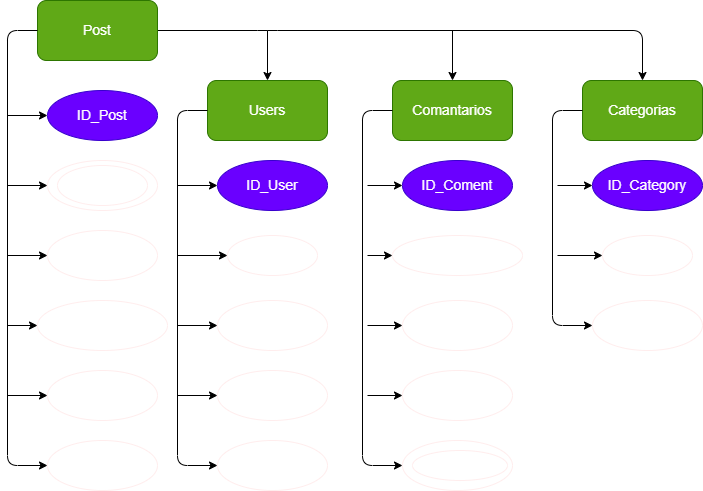
Above: Base_de_datos_desde_0/1-Fundamentos_de_DataBase/proyect/Diagrama_ER_post.drawio.png in JosePabonmejia/Back_END (draw.io), before the change. Source tidied: cells renumbered, new cells last; positions are measured from the earlier drawing's top-left corner, leaving out a move shared by most shapes. The source it was exported from:
```xml
<mxGraphModel>
  <root>
    <mxCell id="0" />
    <mxCell id="1" parent="0" />
    <mxCell id="2" style="edgeStyle=none;html=1;exitX=1;exitY=0.5;exitDx=0;exitDy=0;entryX=0.5;entryY=0;entryDx=0;entryDy=0;fontSize=14;" parent="1" edge="1" source="3" target="6">
      <mxGeometry relative="1" as="geometry">
        <Array as="points">
          <mxPoint x="260" y="30" />
          <mxPoint x="635" y="30" />
        </Array>
      </mxGeometry>
    </mxCell>
    <mxCell id="3" value="Post" style="rounded=1;whiteSpace=wrap;html=1;labelBackgroundColor=none;fillColor=#60a917;fontColor=#ffffff;strokeColor=#2D7600;fontSize=14;" parent="1" vertex="1">
      <mxGeometry x="30" width="120" height="60" as="geometry" />
    </mxCell>
    <mxCell id="4" value="Users" style="rounded=1;whiteSpace=wrap;html=1;labelBackgroundColor=none;fillColor=#60a917;fontColor=#ffffff;strokeColor=#2D7600;fontSize=14;" parent="1" vertex="1">
      <mxGeometry x="200" y="80" width="120" height="60" as="geometry" />
    </mxCell>
    <mxCell id="5" value="Comantarios" style="rounded=1;whiteSpace=wrap;html=1;labelBackgroundColor=none;fillColor=#60a917;fontColor=#ffffff;strokeColor=#2D7600;fontSize=14;" parent="1" vertex="1">
      <mxGeometry x="385" y="80" width="120" height="60" as="geometry" />
    </mxCell>
    <mxCell id="6" value="Categorias" style="rounded=1;whiteSpace=wrap;html=1;labelBackgroundColor=none;fillColor=#60a917;fontColor=#ffffff;strokeColor=#2D7600;fontSize=14;" parent="1" vertex="1">
      <mxGeometry x="575" y="80" width="120" height="60" as="geometry" />
    </mxCell>
    <mxCell id="7" value="ID_Post" style="ellipse;whiteSpace=wrap;html=1;labelBackgroundColor=none;fillColor=#6a00ff;fontColor=#ffffff;strokeColor=#3700CC;fontSize=14;" parent="1" vertex="1">
      <mxGeometry x="40" y="90" width="110" height="50" as="geometry" />
    </mxCell>
    <mxCell id="8" value="Titulo" style="ellipse;whiteSpace=wrap;html=1;labelBackgroundColor=none;fillColor=none;fontColor=#ffffff;strokeColor=#FFEDED;fontSize=14;" parent="1" vertex="1">
      <mxGeometry x="40" y="230" width="110" height="50" as="geometry" />
    </mxCell>
    <mxCell id="9" style="ellipse;whiteSpace=wrap;html=1;labelBackgroundColor=none;fillColor=none;fontColor=#ffffff;strokeColor=#FFEDED;fontSize=14;" parent="1" vertex="1">
      <mxGeometry x="40" y="160" width="110" height="50" as="geometry" />
    </mxCell>
    <mxCell id="10" value="Fecha_Publicacion" style="ellipse;whiteSpace=wrap;html=1;labelBackgroundColor=none;fillColor=none;fontColor=#ffffff;strokeColor=#FFEDED;fontSize=14;" parent="1" vertex="1">
      <mxGeometry x="30" y="300" width="130" height="50" as="geometry" />
    </mxCell>
    <mxCell id="11" value="Estatus" style="ellipse;whiteSpace=wrap;html=1;labelBackgroundColor=none;fillColor=none;fontColor=#ffffff;strokeColor=#FFEDED;fontSize=14;" parent="1" vertex="1">
      <mxGeometry x="40" y="440" width="110" height="50" as="geometry" />
    </mxCell>
    <mxCell id="12" value="Contenido" style="ellipse;whiteSpace=wrap;html=1;labelBackgroundColor=none;fillColor=none;fontColor=#ffffff;strokeColor=#FFEDED;fontSize=14;" parent="1" vertex="1">
      <mxGeometry x="40" y="370" width="110" height="50" as="geometry" />
    </mxCell>
    <mxCell id="13" value="Etiquetas" style="ellipse;whiteSpace=wrap;html=1;labelBackgroundColor=none;fillColor=none;fontColor=#ffffff;strokeColor=#FFEDED;fontSize=14;" parent="1" vertex="1">
      <mxGeometry x="50" y="165" width="90" height="40" as="geometry" />
    </mxCell>
    <mxCell id="14" value="ID_User" style="ellipse;whiteSpace=wrap;html=1;labelBackgroundColor=none;fillColor=#6a00ff;fontColor=#ffffff;strokeColor=#3700CC;fontSize=14;" parent="1" vertex="1">
      <mxGeometry x="210" y="160" width="110" height="50" as="geometry" />
    </mxCell>
    <mxCell id="15" value="Login" style="ellipse;whiteSpace=wrap;html=1;labelBackgroundColor=none;fillColor=none;fontColor=#ffffff;strokeColor=#FFEDED;fontSize=14;" parent="1" vertex="1">
      <mxGeometry x="210" y="300" width="110" height="50" as="geometry" />
    </mxCell>
    <mxCell id="16" value="Password" style="ellipse;whiteSpace=wrap;html=1;labelBackgroundColor=none;fillColor=none;fontColor=#ffffff;strokeColor=#FFEDED;fontSize=14;" parent="1" vertex="1">
      <mxGeometry x="210" y="370" width="110" height="50" as="geometry" />
    </mxCell>
    <mxCell id="17" value="Apodo" style="ellipse;whiteSpace=wrap;html=1;labelBackgroundColor=none;fillColor=none;fontColor=#ffffff;strokeColor=#FFEDED;fontSize=14;" parent="1" vertex="1">
      <mxGeometry x="210" y="440" width="110" height="50" as="geometry" />
    </mxCell>
    <mxCell id="18" value="Email" style="ellipse;whiteSpace=wrap;html=1;labelBackgroundColor=none;fillColor=none;fontColor=#ffffff;strokeColor=#FFEDED;fontSize=14;" parent="1" vertex="1">
      <mxGeometry x="220" y="235" width="90" height="40" as="geometry" />
    </mxCell>
    <mxCell id="19" value="ID_Coment" style="ellipse;whiteSpace=wrap;html=1;labelBackgroundColor=none;fillColor=#6a00ff;fontColor=#ffffff;strokeColor=#3700CC;fontSize=14;" parent="1" vertex="1">
      <mxGeometry x="395" y="160" width="110" height="50" as="geometry" />
    </mxCell>
    <mxCell id="20" value="ID_Post" style="ellipse;whiteSpace=wrap;html=1;labelBackgroundColor=none;fillColor=none;fontColor=#ffffff;strokeColor=#FFEDED;fontSize=14;" parent="1" vertex="1">
      <mxGeometry x="395" y="300" width="110" height="50" as="geometry" />
    </mxCell>
    <mxCell id="21" value="ID_User" style="ellipse;whiteSpace=wrap;html=1;labelBackgroundColor=none;fillColor=none;fontColor=#ffffff;strokeColor=#FFEDED;fontSize=14;" parent="1" vertex="1">
      <mxGeometry x="395" y="370" width="110" height="50" as="geometry" />
    </mxCell>
    <mxCell id="22" value="Reacciones" style="ellipse;whiteSpace=wrap;html=1;labelBackgroundColor=none;fillColor=none;fontColor=#ffffff;strokeColor=#FFEDED;fontSize=14;" parent="1" vertex="1">
      <mxGeometry x="395" y="440" width="110" height="50" as="geometry" />
    </mxCell>
    <mxCell id="23" value="Fecha_publicacion" style="ellipse;whiteSpace=wrap;html=1;labelBackgroundColor=none;fillColor=none;fontColor=#ffffff;strokeColor=#FFEDED;fontSize=14;" parent="1" vertex="1">
      <mxGeometry x="385" y="235" width="130" height="40" as="geometry" />
    </mxCell>
    <mxCell id="24" value="ID_Category" style="ellipse;whiteSpace=wrap;html=1;labelBackgroundColor=none;fillColor=#6a00ff;fontColor=#ffffff;strokeColor=#3700CC;fontSize=14;" parent="1" vertex="1">
      <mxGeometry x="585" y="160" width="110" height="50" as="geometry" />
    </mxCell>
    <mxCell id="25" value="Etiquetas" style="ellipse;whiteSpace=wrap;html=1;labelBackgroundColor=none;fillColor=none;fontColor=#ffffff;strokeColor=#FFEDED;fontSize=14;" parent="1" vertex="1">
      <mxGeometry x="585" y="300" width="110" height="50" as="geometry" />
    </mxCell>
    <mxCell id="26" value="Tema" style="ellipse;whiteSpace=wrap;html=1;labelBackgroundColor=none;fillColor=none;fontColor=#ffffff;strokeColor=#FFEDED;fontSize=14;" parent="1" vertex="1">
      <mxGeometry x="595" y="235" width="90" height="40" as="geometry" />
    </mxCell>
    <mxCell id="27" style="endArrow=classic;html=1;fontSize=14;exitX=0;exitY=0.5;exitDx=0;exitDy=0;entryX=0;entryY=0.5;entryDx=0;entryDy=0;" parent="1" edge="1" source="3" target="11">
      <mxGeometry relative="1" as="geometry">
        <Array as="points">
          <mxPoint y="30" />
          <mxPoint y="465" />
        </Array>
      </mxGeometry>
    </mxCell>
    <mxCell id="28" style="endArrow=classic;html=1;fontSize=14;entryX=0;entryY=0.5;entryDx=0;entryDy=0;" parent="1" edge="1" target="12">
      <mxGeometry relative="1" as="geometry">
        <mxPoint y="395" as="sourcePoint" />
      </mxGeometry>
    </mxCell>
    <mxCell id="29" style="endArrow=classic;html=1;fontSize=14;entryX=0;entryY=0.5;entryDx=0;entryDy=0;" parent="1" edge="1" target="10">
      <mxGeometry relative="1" as="geometry">
        <mxPoint y="325" as="sourcePoint" />
      </mxGeometry>
    </mxCell>
    <mxCell id="30" style="endArrow=classic;html=1;fontSize=14;entryX=0;entryY=0.5;entryDx=0;entryDy=0;" parent="1" edge="1" target="8">
      <mxGeometry relative="1" as="geometry">
        <mxPoint y="255" as="sourcePoint" />
      </mxGeometry>
    </mxCell>
    <mxCell id="31" style="endArrow=classic;html=1;fontSize=14;entryX=0;entryY=0.5;entryDx=0;entryDy=0;" parent="1" edge="1" target="9">
      <mxGeometry relative="1" as="geometry">
        <mxPoint y="185" as="sourcePoint" />
      </mxGeometry>
    </mxCell>
    <mxCell id="32" style="endArrow=classic;html=1;fontSize=14;entryX=0;entryY=0.5;entryDx=0;entryDy=0;" parent="1" edge="1" target="7">
      <mxGeometry relative="1" as="geometry">
        <mxPoint y="115" as="sourcePoint" />
      </mxGeometry>
    </mxCell>
    <mxCell id="33" style="endArrow=classic;html=1;fontSize=14;exitX=0;exitY=0.5;exitDx=0;exitDy=0;entryX=0;entryY=0.5;entryDx=0;entryDy=0;" parent="1" edge="1" source="4" target="17">
      <mxGeometry relative="1" as="geometry">
        <Array as="points">
          <mxPoint x="170" y="110" />
          <mxPoint x="170" y="465" />
        </Array>
      </mxGeometry>
    </mxCell>
    <mxCell id="34" style="endArrow=classic;html=1;fontSize=14;exitX=0;exitY=0.5;exitDx=0;exitDy=0;entryX=0;entryY=0.5;entryDx=0;entryDy=0;" parent="1" edge="1">
      <mxGeometry relative="1" as="geometry">
        <mxPoint x="385" y="110" as="sourcePoint" />
        <mxPoint x="395" y="465" as="targetPoint" />
        <Array as="points">
          <mxPoint x="355" y="110" />
          <mxPoint x="355" y="465" />
        </Array>
      </mxGeometry>
    </mxCell>
    <mxCell id="35" style="endArrow=classic;html=1;fontSize=14;exitX=0;exitY=0.5;exitDx=0;exitDy=0;entryX=0;entryY=0.5;entryDx=0;entryDy=0;" parent="1" edge="1" target="25">
      <mxGeometry relative="1" as="geometry">
        <mxPoint x="575" y="110" as="sourcePoint" />
        <Array as="points">
          <mxPoint x="545" y="110" />
          <mxPoint x="545" y="325" />
        </Array>
      </mxGeometry>
    </mxCell>
    <mxCell id="36" style="endArrow=classic;html=1;fontSize=14;entryX=0;entryY=0.5;entryDx=0;entryDy=0;" parent="1" edge="1" target="14">
      <mxGeometry relative="1" as="geometry">
        <mxPoint x="170" y="185" as="sourcePoint" />
      </mxGeometry>
    </mxCell>
    <mxCell id="37" style="endArrow=classic;html=1;fontSize=14;entryX=0;entryY=0.5;entryDx=0;entryDy=0;" parent="1" edge="1" target="18">
      <mxGeometry relative="1" as="geometry">
        <mxPoint x="170" y="255" as="sourcePoint" />
      </mxGeometry>
    </mxCell>
    <mxCell id="38" style="endArrow=classic;html=1;fontSize=14;entryX=0;entryY=0.5;entryDx=0;entryDy=0;" parent="1" edge="1" target="15">
      <mxGeometry relative="1" as="geometry">
        <mxPoint x="170" y="325" as="sourcePoint" />
      </mxGeometry>
    </mxCell>
    <mxCell id="39" style="endArrow=classic;html=1;fontSize=14;entryX=0;entryY=0.5;entryDx=0;entryDy=0;" parent="1" edge="1" target="16">
      <mxGeometry relative="1" as="geometry">
        <mxPoint x="170" y="395" as="sourcePoint" />
      </mxGeometry>
    </mxCell>
    <mxCell id="40" style="endArrow=classic;html=1;fontSize=14;entryX=0;entryY=0.5;entryDx=0;entryDy=0;" parent="1" edge="1" target="19">
      <mxGeometry relative="1" as="geometry">
        <mxPoint x="360" y="185" as="sourcePoint" />
      </mxGeometry>
    </mxCell>
    <mxCell id="41" style="endArrow=classic;html=1;fontSize=14;entryX=0;entryY=0.5;entryDx=0;entryDy=0;" parent="1" edge="1" target="23">
      <mxGeometry relative="1" as="geometry">
        <mxPoint x="360" y="255" as="sourcePoint" />
      </mxGeometry>
    </mxCell>
    <mxCell id="42" style="endArrow=classic;html=1;fontSize=14;entryX=0;entryY=0.5;entryDx=0;entryDy=0;" parent="1" edge="1" target="20">
      <mxGeometry relative="1" as="geometry">
        <mxPoint x="360" y="325" as="sourcePoint" />
      </mxGeometry>
    </mxCell>
    <mxCell id="43" style="endArrow=classic;html=1;fontSize=14;entryX=0;entryY=0.5;entryDx=0;entryDy=0;" parent="1" edge="1" target="21">
      <mxGeometry relative="1" as="geometry">
        <mxPoint x="360" y="395" as="sourcePoint" />
      </mxGeometry>
    </mxCell>
    <mxCell id="44" style="endArrow=classic;html=1;fontSize=14;entryX=0;entryY=0.5;entryDx=0;entryDy=0;" parent="1" edge="1" target="24">
      <mxGeometry relative="1" as="geometry">
        <mxPoint x="550" y="185" as="sourcePoint" />
      </mxGeometry>
    </mxCell>
    <mxCell id="45" style="endArrow=classic;html=1;fontSize=14;entryX=0;entryY=0.5;entryDx=0;entryDy=0;" parent="1" edge="1" target="26">
      <mxGeometry relative="1" as="geometry">
        <mxPoint x="550" y="255" as="sourcePoint" />
      </mxGeometry>
    </mxCell>
    <mxCell id="46" style="ellipse;whiteSpace=wrap;html=1;labelBackgroundColor=none;fillColor=none;fontColor=#ffffff;strokeColor=#FFEDED;fontSize=14;" parent="1" vertex="1">
      <mxGeometry x="405" y="450" width="95" height="30" as="geometry" />
    </mxCell>
    <mxCell id="47" style="endArrow=classic;html=1;fontSize=14;entryX=0.5;entryY=0;entryDx=0;entryDy=0;" parent="1" edge="1" target="5">
      <mxGeometry relative="1" as="geometry">
        <mxPoint x="445" y="30" as="sourcePoint" />
      </mxGeometry>
    </mxCell>
    <mxCell id="48" style="endArrow=classic;html=1;fontSize=14;" parent="1" edge="1" target="4">
      <mxGeometry relative="1" as="geometry">
        <mxPoint x="260" y="30" as="sourcePoint" />
      </mxGeometry>
    </mxCell>
  </root>
</mxGraphModel>
```
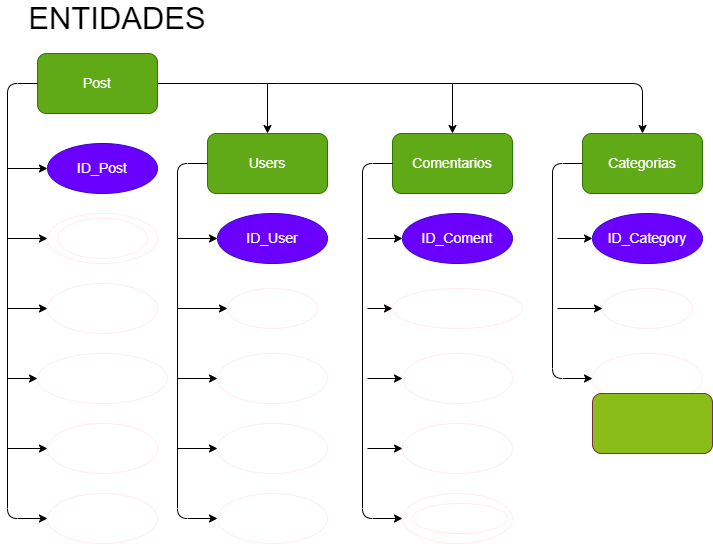
The same diagram one commit later.

What changed in the source:
```diff
@@ -16,7 +16,7 @@
     <mxCell id="4" value="Users" style="rounded=1;whiteSpace=wrap;html=1;labelBackgroundColor=none;fillColor=#60a917;fontColor=#ffffff;strokeColor=#2D7600;fontSize=14;" parent="1" vertex="1">
       <mxGeometry x="200" y="80" width="120" height="60" as="geometry" />
     </mxCell>
-    <mxCell id="5" value="Comantarios" style="rounded=1;whiteSpace=wrap;html=1;labelBackgroundColor=none;fillColor=#60a917;fontColor=#ffffff;strokeColor=#2D7600;fontSize=14;" parent="1" vertex="1">
+    <mxCell id="5" value="Comentarios" style="rounded=1;whiteSpace=wrap;html=1;labelBackgroundColor=none;fillColor=#60a917;fontColor=#ffffff;strokeColor=#2D7600;fontSize=14;" parent="1" vertex="1">
       <mxGeometry x="385" y="80" width="120" height="60" as="geometry" />
     </mxCell>
     <mxCell id="6" value="Categorias" style="rounded=1;whiteSpace=wrap;html=1;labelBackgroundColor=none;fillColor=#60a917;fontColor=#ffffff;strokeColor=#2D7600;fontSize=14;" parent="1" vertex="1">
@@ -205,5 +205,11 @@
         <mxPoint x="260" y="30" as="sourcePoint" />
       </mxGeometry>
     </mxCell>
+    <mxCell id="49" style="rounded=1;whiteSpace=wrap;html=1;labelBackgroundColor=none;strokeColor=#763037;fontSize=14;fillColor=#8BBD19;" parent="1" vertex="1">
+      <mxGeometry x="585" y="340" width="120" height="60" as="geometry" />
+    </mxCell>
+    <mxCell id="50" value="ENTIDADES" style="text;html=1;strokeColor=none;fillColor=none;align=center;verticalAlign=middle;whiteSpace=wrap;rounded=0;labelBackgroundColor=none;fontSize=31;" parent="1" vertex="1">
+      <mxGeometry x="80" y="-50" width="60" height="30" as="geometry" />
+    </mxCell>
   </root>
 </mxGraphModel>
```
